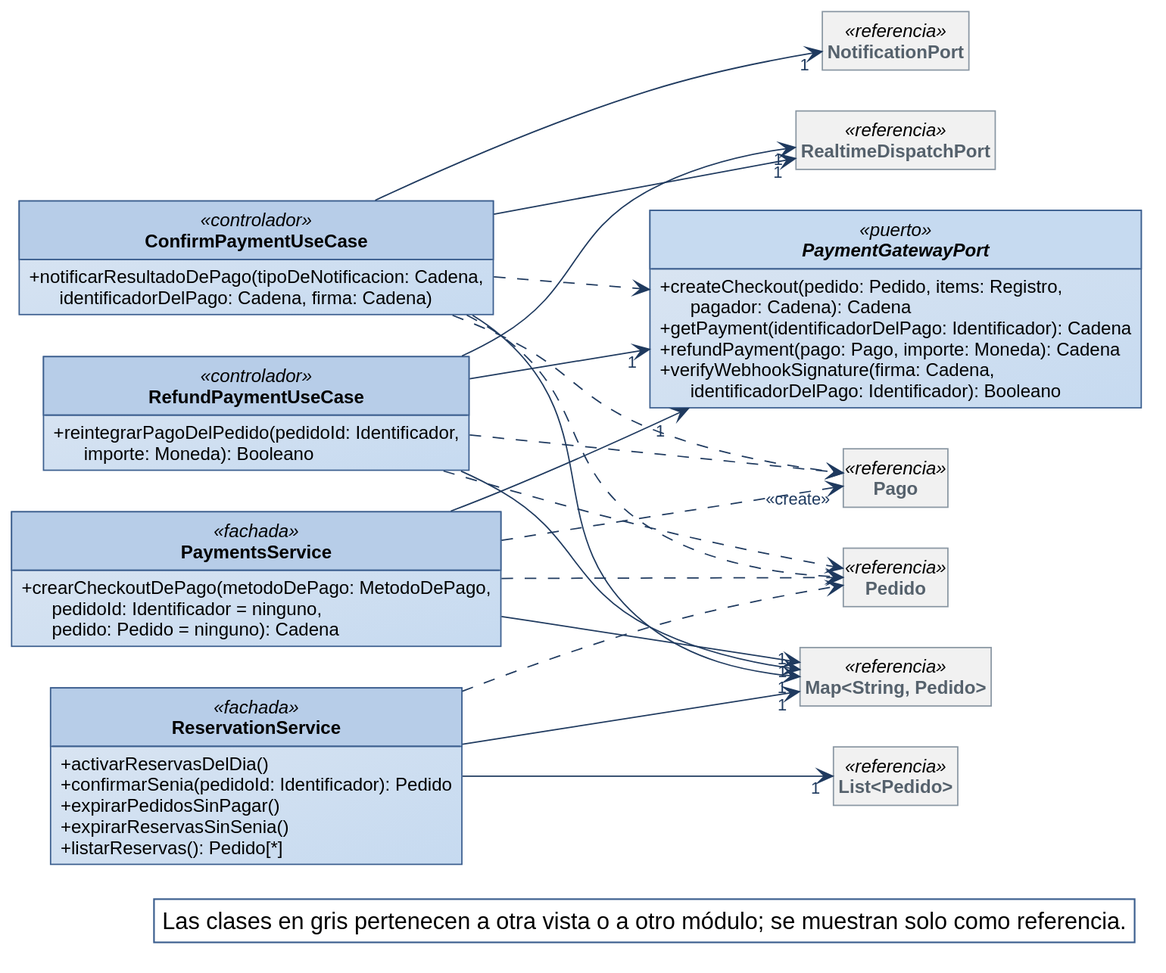
Nahuelito-Dev/splg-docs keeps this PlantUML diagram as diagramas/clases-diseno/DC_Mod_Pagos.svg. Above is the earlier version.
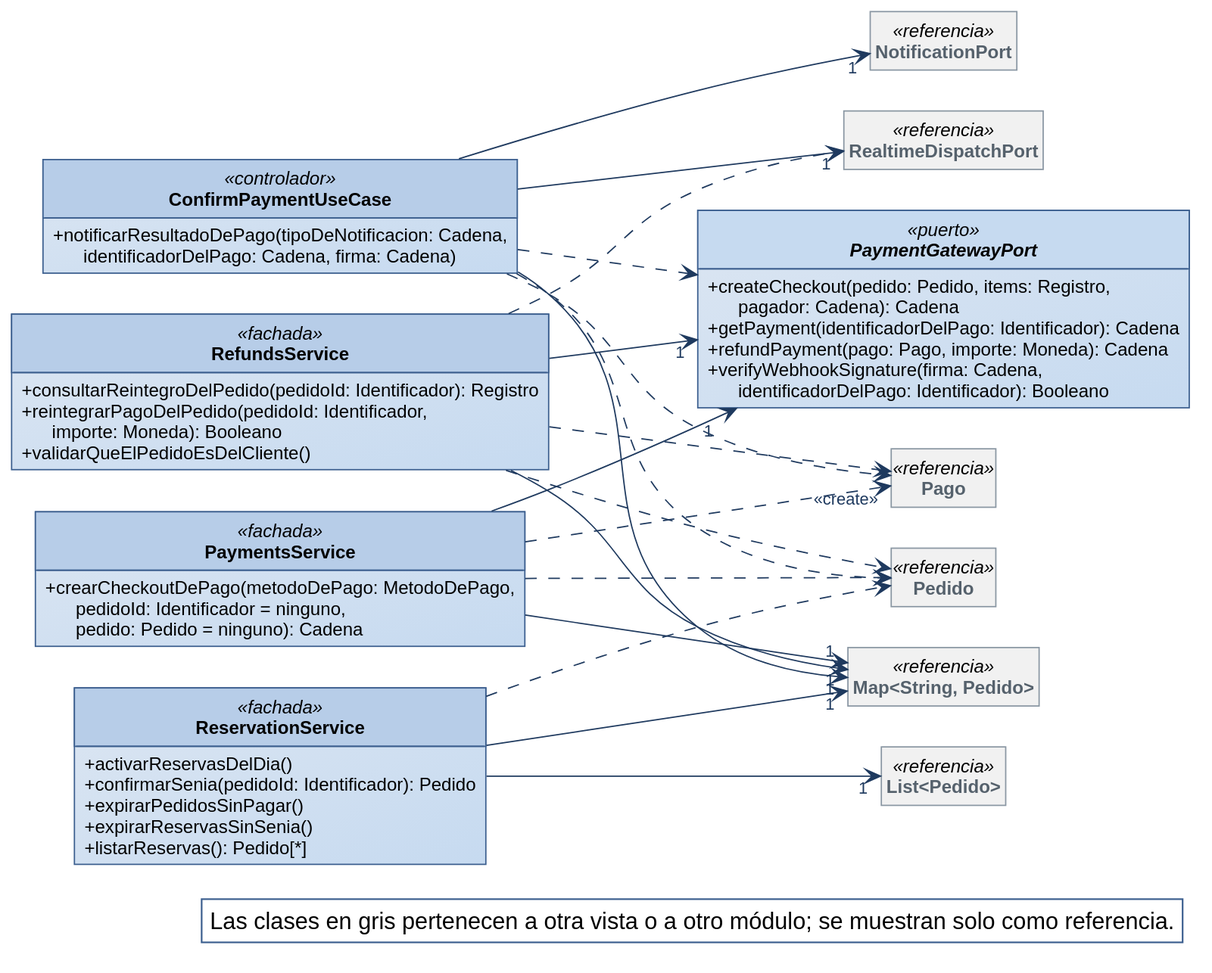
The same diagram one commit later.

The edit, as a diff of the source:
```diff
@@ -39,8 +39,10 @@
   + refundPayment(pago: Pago, importe: Moneda): Cadena
   + verifyWebhookSignature(firma: Cadena,\n      identificadorDelPago: Identificador): Booleano
 }
-class RefundPaymentUseCase <<controlador>> {
+class RefundsService <<fachada>> {
+  + consultarReintegroDelPedido(pedidoId: Identificador): Registro
   + reintegrarPagoDelPedido(pedidoId: Identificador,\n      importe: Moneda): Booleano
+  + validarQueElPedidoEsDelCliente()
 }
 class ConfirmPaymentUseCase <<controlador>> {
   + notificarResultadoDePago(tipoDeNotificacion: Cadena,\n      identificadorDelPago: Cadena, firma: Cadena)
@@ -64,9 +66,8 @@
 ConfirmPaymentUseCase --> "1" RealtimeDispatchPort
 PaymentsService --> "1" Map_String_Pedido
 PaymentsService --> "1" PaymentGatewayPort
-RefundPaymentUseCase --> "1" Map_String_Pedido
-RefundPaymentUseCase --> "1" PaymentGatewayPort
-RefundPaymentUseCase --> "1" RealtimeDispatchPort
+RefundsService --> "1" Map_String_Pedido
+RefundsService --> "1" PaymentGatewayPort
 ReservationService --> "1" List_Pedido
 ReservationService --> "1" Map_String_Pedido
 ConfirmPaymentUseCase ..> Pago
@@ -74,8 +75,9 @@
 ConfirmPaymentUseCase ..> Pedido
 PaymentsService ..> "<<create>>" Pago
 PaymentsService ..> Pedido
-RefundPaymentUseCase ..> Pago
-RefundPaymentUseCase ..> Pedido
+RefundsService ..> Pago
+RefundsService ..> Pedido
+RefundsService ..> RealtimeDispatchPort
 ReservationService ..> Pedido
 
 legend bottom right
```
